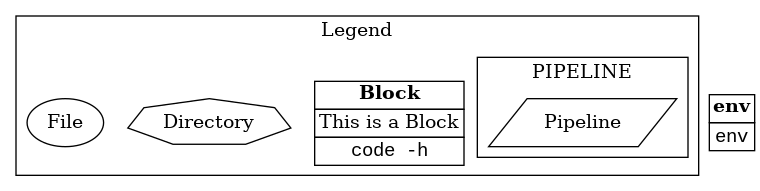
tivvit/yap keeps this Graphviz diagram as examples/example/graph.png. Above is the earlier version. Its source is kept beside it as examples/example/graph.dot.
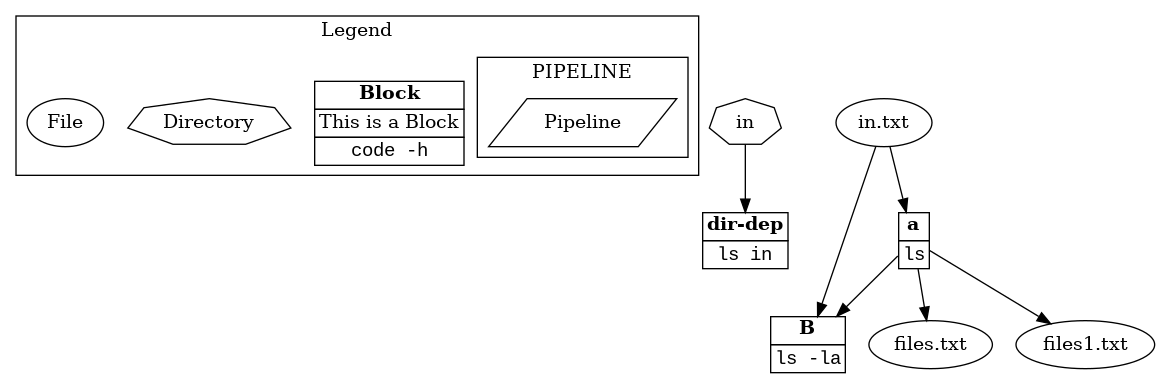
The same diagram one commit later.

Diff of the diagram source:
```diff
@@ -4,14 +4,26 @@
 		subgraph cluster_s0 {
 			ID = "cluster_s0";
 			label="PIPELINE";
-			n4[label="Pipeline",shape="parallelogram"];
+			n10[label="Pipeline",shape="parallelogram"];
 
 		}label="Legend";
-		n5[label=<<table border="0" cellborder="1" cellspacing="0"><tr><td><b>Block</b></td></tr><tr><td>This is a Block</td></tr><tr><td><font face="Courier New, Courier, monospace">code -h</font></td></tr></table>>,shape="plain"];
-		n3[label="Directory",shape="septagon"];
-		n2[label="File",shape="oval"];
+		n11[label=<<table border="0" cellborder="1" cellspacing="0"><tr><td><b>Block</b></td></tr><tr><td>This is a Block</td></tr><tr><td><font face="Courier New, Courier, monospace">code -h</font></td></tr></table>>,shape="plain"];
+		n9[label="Directory",shape="septagon"];
+		n8[label="File",shape="oval"];
 
 	}
-	n1[label=<<table border="0" cellborder="1" cellspacing="0"><tr><td><b>env</b></td></tr><tr><td><font face="Courier New, Courier, monospace">env</font></td></tr></table>>,shape="plain"];
+	n2[label=<<table border="0" cellborder="1" cellspacing="0"><tr><td><b>dir-dep</b></td></tr><tr><td><font face="Courier New, Courier, monospace">ls in</font></td></tr></table>>,shape="plain"];
+	n3[label=<<table border="0" cellborder="1" cellspacing="0"><tr><td><b>B</b></td></tr><tr><td><font face="Courier New, Courier, monospace">ls -la</font></td></tr></table>>,shape="plain"];
+	n1[label=<<table border="0" cellborder="1" cellspacing="0"><tr><td><b>a</b></td></tr><tr><td><font face="Courier New, Courier, monospace">ls</font></td></tr></table>>,shape="plain"];
+	n7[label="files.txt",shape="oval"];
+	n4[label="files1.txt",shape="oval"];
+	n5[label="in",shape="septagon"];
+	n6[label="in.txt",shape="oval"];
+	n1->n3;
+	n1->n7;
+	n1->n4;
+	n5->n2;
+	n6->n3;
+	n6->n1;
 
 }
```
